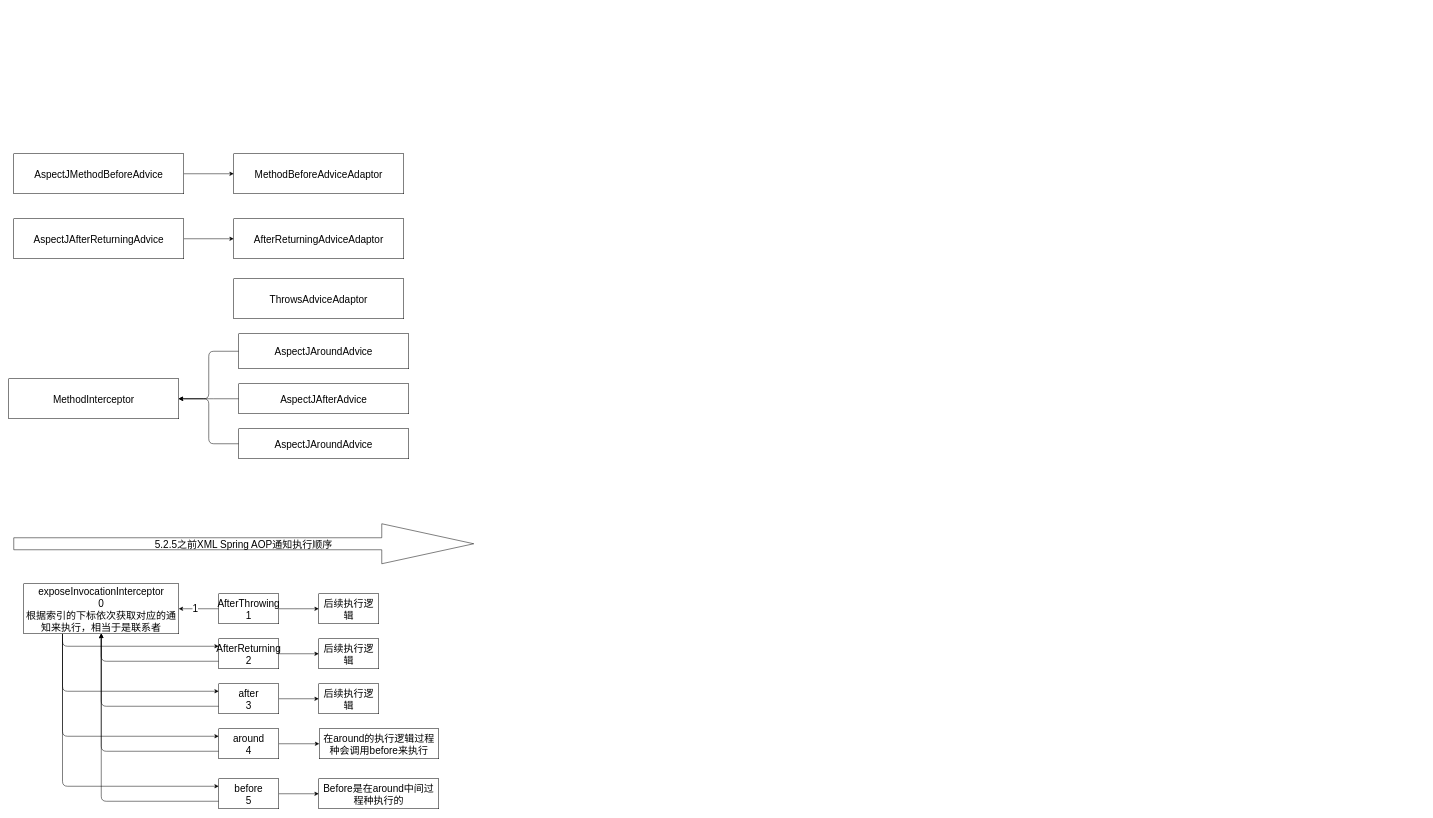
This is spring/Aop拦截器的执行.drawio from ZWYXY/all_images, a draw.io file, before an edit. Source tidied: cells renumbered, new cells numbered last; positions are measured from the earlier drawing's top-left corner, leaving out a move shared by most shapes. Both pictures are drawn from the tidied source at 50%, with x=0, y=0 at pixel (8, 154).
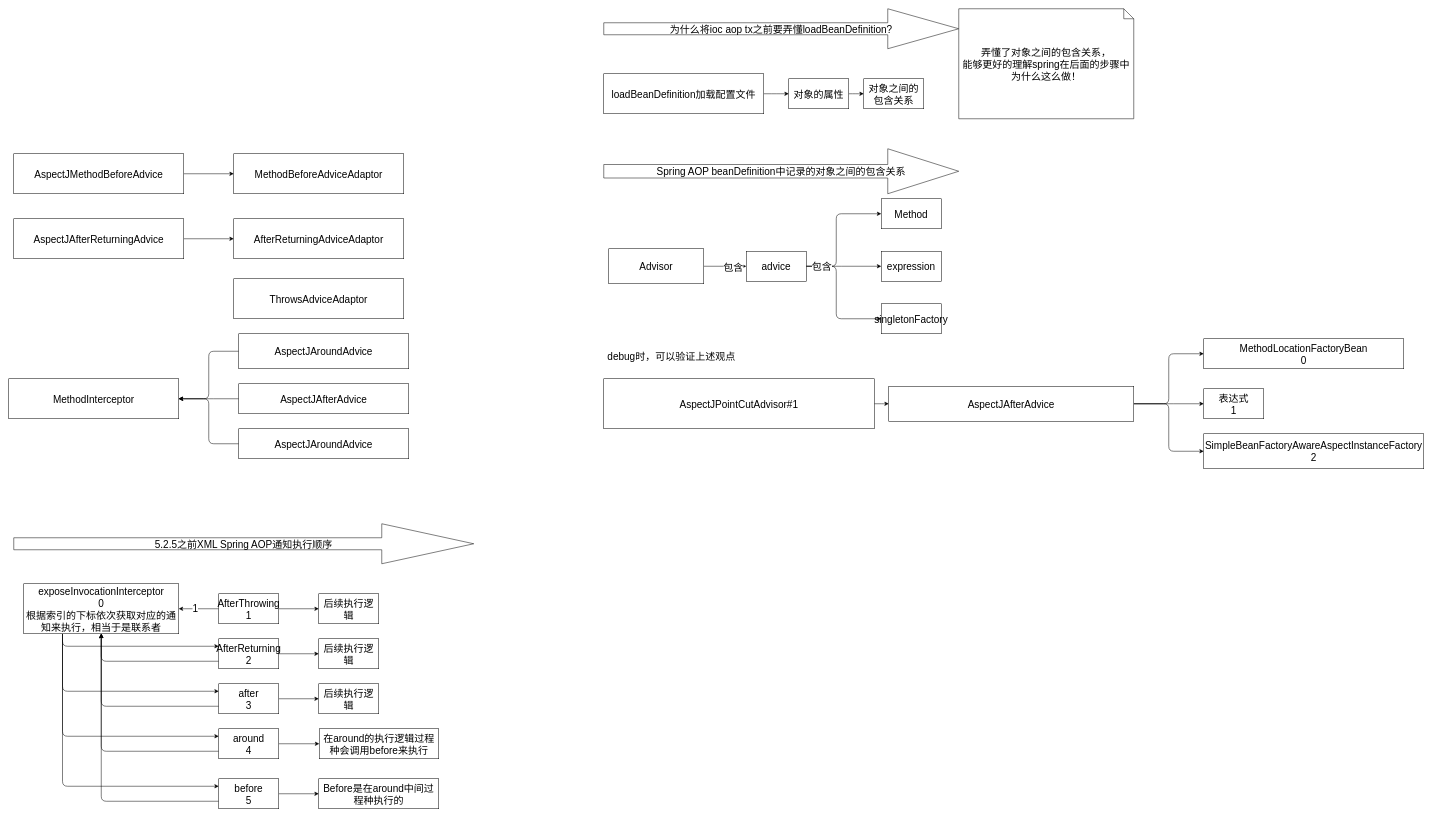
The same diagram, later.

What changed in the source:
```diff
@@
+    <mxCell id="43" style="edgeStyle=orthogonalEdgeStyle;html=1;fontSize=20;" parent="1" edge="1" source="45" target="50">
+      <mxGeometry relative="1" as="geometry" />
+    </mxCell>
+    <mxCell id="44" value="包含" style="edgeLabel;html=1;align=center;verticalAlign=middle;fontSize=20;" parent="43" vertex="1">
+      <mxGeometry x="0.36" y="-1" relative="1" as="geometry" />
+    </mxCell>
+    <mxCell id="45" value="Advisor" style="whiteSpace=wrap;html=1;fontSize=20;" parent="1" vertex="1">
+      <mxGeometry x="1200" y="190" width="190" height="70" as="geometry" />
+    </mxCell>
+    <mxCell id="46" style="edgeStyle=elbowEdgeStyle;html=1;fontSize=20;" parent="1" edge="1" target="51">
+      <mxGeometry relative="1" as="geometry">
+        <mxPoint x="1565" y="225" as="sourcePoint" />
+      </mxGeometry>
+    </mxCell>
+    <mxCell id="47" style="edgeStyle=elbowEdgeStyle;html=1;fontSize=20;" parent="1" edge="1" target="52">
+      <mxGeometry relative="1" as="geometry">
+        <mxPoint x="1565" y="225" as="sourcePoint" />
+      </mxGeometry>
+    </mxCell>
+    <mxCell id="48" style="edgeStyle=elbowEdgeStyle;html=1;exitX=1;exitY=0.5;exitDx=0;exitDy=0;fontSize=20;" parent="1" edge="1" target="53">
+      <mxGeometry relative="1" as="geometry">
+        <mxPoint x="1565" y="225" as="sourcePoint" />
+      </mxGeometry>
+    </mxCell>
+    <mxCell id="49" value="包含" style="edgeLabel;html=1;align=center;verticalAlign=middle;fontSize=20;" parent="48" vertex="1">
+      <mxGeometry x="-0.58" y="1" relative="1" as="geometry" />
+    </mxCell>
+    <mxCell id="50" value="advice" style="whiteSpace=wrap;html=1;fontSize=20;" parent="1" vertex="1">
+      <mxGeometry x="1475" y="195" width="120" height="60" as="geometry" />
+    </mxCell>
+    <mxCell id="51" value="Method" style="whiteSpace=wrap;html=1;fontSize=20;" parent="1" vertex="1">
+      <mxGeometry x="1745" y="90" width="120" height="60" as="geometry" />
+    </mxCell>
+    <mxCell id="52" value="expression" style="whiteSpace=wrap;html=1;fontSize=20;" parent="1" vertex="1">
+      <mxGeometry x="1745" y="195" width="120" height="60" as="geometry" />
+    </mxCell>
+    <mxCell id="53" value="singletonFactory" style="whiteSpace=wrap;html=1;fontSize=20;" parent="1" vertex="1">
+      <mxGeometry x="1745" y="300" width="120" height="60" as="geometry" />
+    </mxCell>
+    <mxCell id="54" value="Spring AOP beanDefinition中记录的对象之间的包含关系" style="shape=singleArrow;whiteSpace=wrap;html=1;fontSize=20;" parent="1" vertex="1">
+      <mxGeometry x="1190" y="-10" width="710" height="90" as="geometry" />
+    </mxCell>
+    <mxCell id="55" style="edgeStyle=elbowEdgeStyle;html=1;fontSize=20;" parent="1" edge="1" source="56" target="58">
+      <mxGeometry relative="1" as="geometry" />
+    </mxCell>
+    <mxCell id="56" value="loadBeanDefinition加载配置文件" style="whiteSpace=wrap;html=1;fontSize=20;" parent="1" vertex="1">
+      <mxGeometry x="1190" y="-160" width="320" height="80" as="geometry" />
+    </mxCell>
+    <mxCell id="57" style="edgeStyle=elbowEdgeStyle;html=1;fontSize=20;" parent="1" edge="1" source="58" target="59">
+      <mxGeometry relative="1" as="geometry" />
+    </mxCell>
+    <mxCell id="58" value="对象的属性" style="whiteSpace=wrap;html=1;fontSize=20;" parent="1" vertex="1">
+      <mxGeometry x="1560" y="-150" width="120" height="60" as="geometry" />
+    </mxCell>
+    <mxCell id="59" value="对象之间的包含关系" style="whiteSpace=wrap;html=1;fontSize=20;" parent="1" vertex="1">
+      <mxGeometry x="1710" y="-150" width="120" height="60" as="geometry" />
+    </mxCell>
+    <mxCell id="60" value="为什么将ioc aop tx之前要弄懂loadBeanDefinition?" style="shape=singleArrow;whiteSpace=wrap;html=1;fontSize=20;" parent="1" vertex="1">
+      <mxGeometry x="1190" y="-290" width="710" height="80" as="geometry" />
+    </mxCell>
+    <mxCell id="61" value="弄懂了对象之间的包含关系，&lt;br&gt;能够更好的理解spring在后面的步骤中为什么这么做！" style="shape=note;size=20;whiteSpace=wrap;html=1;fontSize=20;" parent="1" vertex="1">
+      <mxGeometry x="1900" y="-290" width="350" height="220" as="geometry" />
+    </mxCell>
+    <mxCell id="62" style="edgeStyle=elbowEdgeStyle;html=1;fontSize=20;" parent="1" edge="1" source="63" target="67">
+      <mxGeometry relative="1" as="geometry" />
+    </mxCell>
+    <mxCell id="63" value="AspectJPointCutAdvisor#1" style="whiteSpace=wrap;html=1;fontSize=20;" parent="1" vertex="1">
+      <mxGeometry x="1190" y="450" width="541" height="100" as="geometry" />
+    </mxCell>
+    <mxCell id="64" style="edgeStyle=elbowEdgeStyle;html=1;fontSize=20;" parent="1" edge="1" source="67" target="68">
+      <mxGeometry relative="1" as="geometry" />
+    </mxCell>
+    <mxCell id="65" style="edgeStyle=elbowEdgeStyle;html=1;exitX=1;exitY=0.5;exitDx=0;exitDy=0;entryX=0;entryY=0.5;entryDx=0;entryDy=0;fontSize=20;" parent="1" edge="1" source="67" target="69">
+      <mxGeometry relative="1" as="geometry" />
+    </mxCell>
+    <mxCell id="66" style="edgeStyle=elbowEdgeStyle;html=1;exitX=1;exitY=0.5;exitDx=0;exitDy=0;fontSize=20;" parent="1" edge="1" source="67" target="70">
+      <mxGeometry relative="1" as="geometry" />
+    </mxCell>
+    <mxCell id="67" value="AspectJAfterAdvice" style="whiteSpace=wrap;html=1;fontSize=20;" parent="1" vertex="1">
+      <mxGeometry x="1760" y="465" width="490" height="70" as="geometry" />
+    </mxCell>
+    <mxCell id="68" value="MethodLocationFactoryBean&lt;br&gt;0" style="whiteSpace=wrap;html=1;fontSize=20;" parent="1" vertex="1">
+      <mxGeometry x="2390" y="370" width="400" height="60" as="geometry" />
+    </mxCell>
+    <mxCell id="69" value="表达式&lt;br&gt;1" style="whiteSpace=wrap;html=1;fontSize=20;" parent="1" vertex="1">
+      <mxGeometry x="2390" y="470" width="120" height="60" as="geometry" />
+    </mxCell>
+    <mxCell id="70" value="SimpleBeanFactoryAwareAspectInstanceFactory&lt;br&gt;2" style="whiteSpace=wrap;html=1;fontSize=20;" parent="1" vertex="1">
+      <mxGeometry x="2390" y="560" width="440" height="70" as="geometry" />
+    </mxCell>
+    <mxCell id="71" value="debug时，可以验证上述观点" style="text;html=1;align=center;verticalAlign=middle;strokeColor=none;fillColor=none;fontSize=20;" parent="1" vertex="1">
+      <mxGeometry x="1190" y="390" width="270" height="30" as="geometry" />
+    </mxCell>
```
